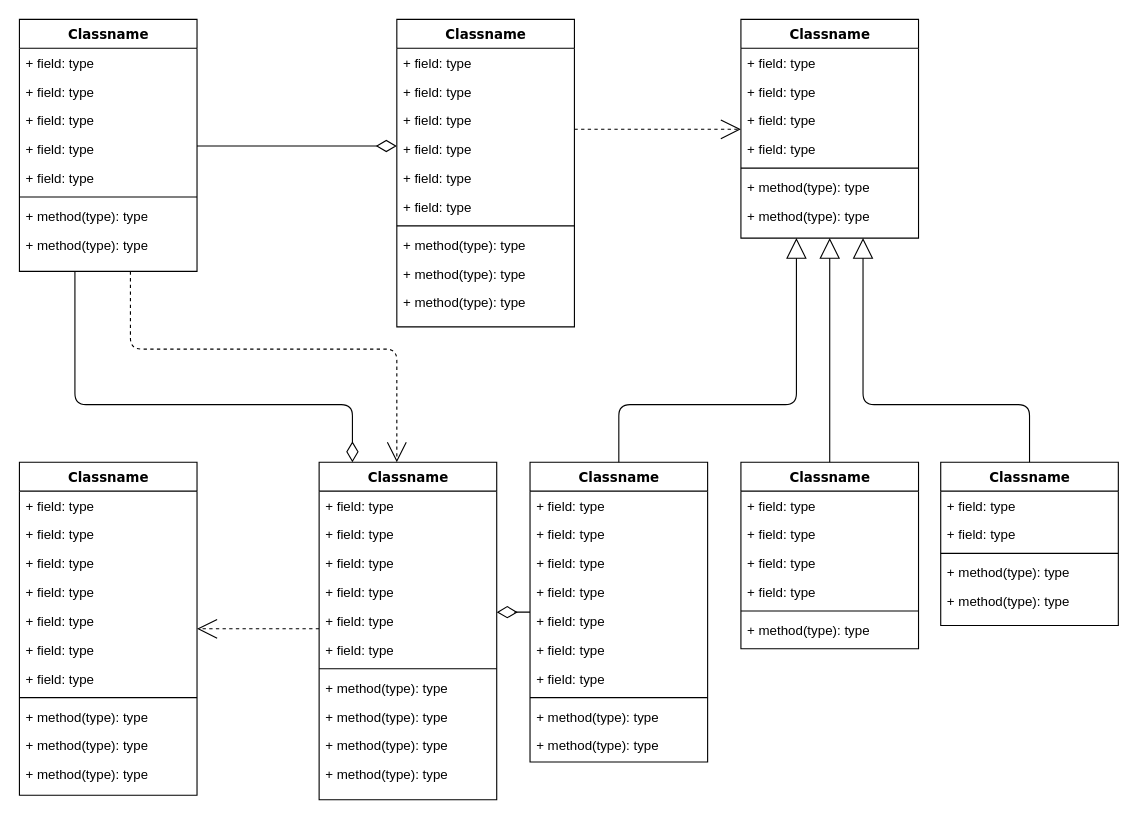
This is Diagrama sin título.drawio from FelipeHurtado/BPMN_EXPERIMIENTO, a draw.io file, before an edit. Source tidied: cells renumbered, new cells numbered last; positions are measured from the earlier drawing's top-left corner, leaving out a move shared by most shapes. Both pictures are drawn from the tidied source at 111%, with x=0, y=0 at pixel (19, 19).
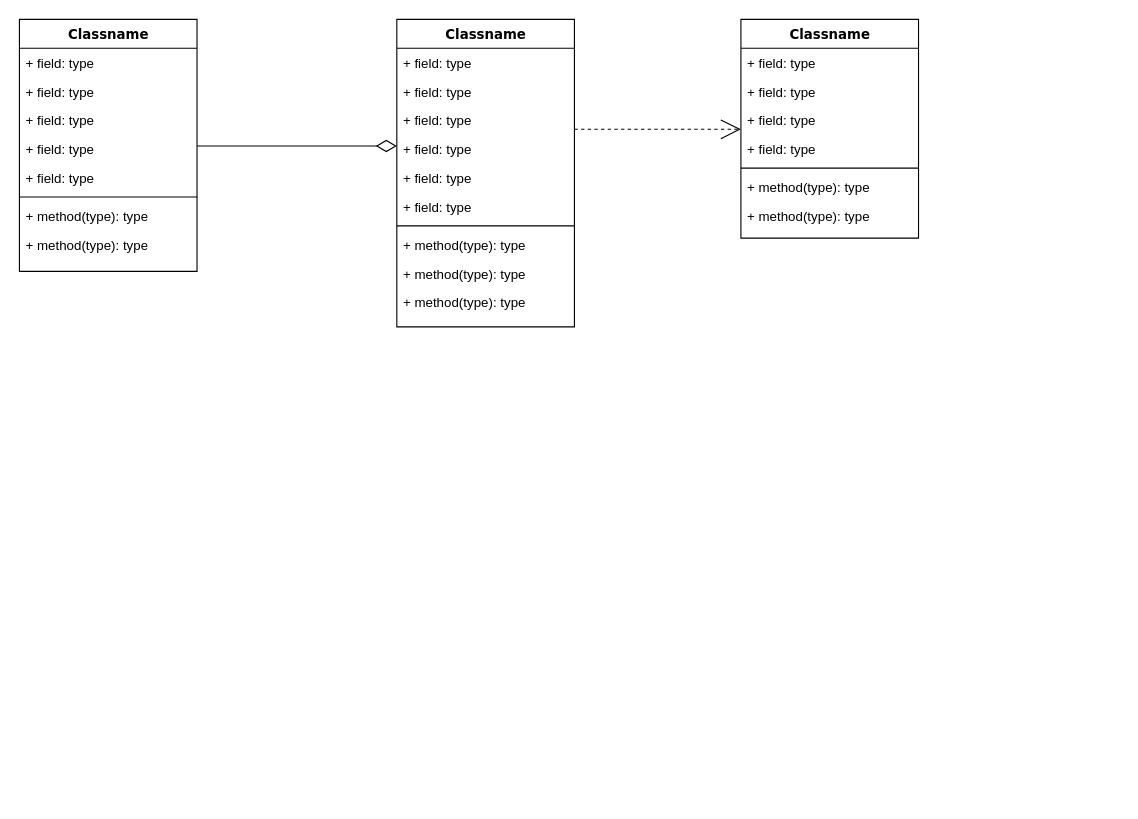
The same page after the edit.

Unchanged cells that the change refers to:
```xml
<mxCell id="4" value="Classname" style="swimlane;html=1;fontStyle=1;align=center;verticalAlign=top;horizontal=1;startSize=26;swimlaneFillColor=#ffffff;rounded=0;shadow=0;comic=0;labelBackgroundColor=none;strokeWidth=1;fillColor=none;fontFamily=Verdana;fontSize=12;" parent="1" vertex="1">
  <mxGeometry width="160" height="227" as="geometry" />
</mxCell>
<mxCell id="25" value="Classname" style="swimlane;html=1;fontStyle=1;align=center;verticalAlign=top;horizontal=1;startSize=26;swimlaneFillColor=#ffffff;rounded=0;shadow=0;comic=0;labelBackgroundColor=none;strokeWidth=1;fillColor=none;fontFamily=Verdana;fontSize=12;" parent="1" vertex="1">
  <mxGeometry x="650" width="160" height="197" as="geometry" />
</mxCell>
```

The edit, as a diff of the source:
```diff
@@
-    <mxCell id="2" style="edgeStyle=orthogonalEdgeStyle;html=1;labelBackgroundColor=none;startFill=0;startSize=8;endArrow=open;endFill=0;endSize=16;fontFamily=Verdana;fontSize=12;dashed=1;" parent="1" edge="1" source="4" target="47">
-      <mxGeometry relative="1" as="geometry">
-        <Array as="points">
-          <mxPoint x="100" y="297" />
-          <mxPoint x="340" y="297" />
-        </Array>
-      </mxGeometry>
-    </mxCell>
-    <mxCell id="3" style="edgeStyle=orthogonalEdgeStyle;html=1;labelBackgroundColor=none;startFill=0;startSize=8;endArrow=diamondThin;endFill=0;endSize=16;fontFamily=Verdana;fontSize=12;" parent="1" edge="1" source="4" target="47">
-      <mxGeometry relative="1" as="geometry">
-        <Array as="points">
-          <mxPoint x="50" y="347" />
-          <mxPoint x="300" y="347" />
-        </Array>
-      </mxGeometry>
-    </mxCell>
@@
-    <mxCell id="33" style="edgeStyle=elbowEdgeStyle;html=1;labelBackgroundColor=none;startFill=0;startSize=8;endArrow=open;endFill=0;endSize=16;fontFamily=Verdana;fontSize=12;elbow=vertical;dashed=1;" parent="1" edge="1" source="47" target="34">
-      <mxGeometry relative="1" as="geometry" />
-    </mxCell>
-    <mxCell id="34" value="Classname" style="swimlane;html=1;fontStyle=1;align=center;verticalAlign=top;horizontal=1;startSize=26;swimlaneFillColor=#ffffff;rounded=0;shadow=0;comic=0;labelBackgroundColor=none;strokeWidth=1;fillColor=none;fontFamily=Verdana;fontSize=12;" parent="1" vertex="1">
-      <mxGeometry y="399" width="160" height="300" as="geometry" />
-    </mxCell>
-    <mxCell id="35" value="+ field: type" style="text;html=1;strokeColor=none;fillColor=none;align=left;verticalAlign=top;spacingLeft=4;spacingRight=4;whiteSpace=wrap;overflow=hidden;" parent="34" vertex="1">
-      <mxGeometry y="26" width="160" height="26" as="geometry" />
-    </mxCell>
-    <mxCell id="36" value="+ field: type" style="text;html=1;strokeColor=none;fillColor=none;align=left;verticalAlign=top;spacingLeft=4;spacingRight=4;whiteSpace=wrap;overflow=hidden;" parent="34" vertex="1">
-      <mxGeometry y="52" width="160" height="26" as="geometry" />
-    </mxCell>
-    <mxCell id="37" value="+ field: type" style="text;html=1;strokeColor=none;fillColor=none;align=left;verticalAlign=top;spacingLeft=4;spacingRight=4;whiteSpace=wrap;overflow=hidden;" parent="34" vertex="1">
-      <mxGeometry y="78" width="160" height="26" as="geometry" />
-    </mxCell>
-    <mxCell id="38" value="+ field: type" style="text;html=1;strokeColor=none;fillColor=none;align=left;verticalAlign=top;spacingLeft=4;spacingRight=4;whiteSpace=wrap;overflow=hidden;" parent="34" vertex="1">
-      <mxGeometry y="104" width="160" height="26" as="geometry" />
-    </mxCell>
-    <mxCell id="39" value="+ field: type" style="text;html=1;strokeColor=none;fillColor=none;align=left;verticalAlign=top;spacingLeft=4;spacingRight=4;whiteSpace=wrap;overflow=hidden;" parent="34" vertex="1">
-      <mxGeometry y="130" width="160" height="26" as="geometry" />
-    </mxCell>
-    <mxCell id="40" value="+ field: type" style="text;html=1;strokeColor=none;fillColor=none;align=left;verticalAlign=top;spacingLeft=4;spacingRight=4;whiteSpace=wrap;overflow=hidden;" parent="34" vertex="1">
-      <mxGeometry y="156" width="160" height="26" as="geometry" />
-    </mxCell>
-    <mxCell id="41" value="+ field: type" style="text;html=1;strokeColor=none;fillColor=none;align=left;verticalAlign=top;spacingLeft=4;spacingRight=4;whiteSpace=wrap;overflow=hidden;" parent="34" vertex="1">
-      <mxGeometry y="182" width="160" height="26" as="geometry" />
-    </mxCell>
-    <mxCell id="42" style="line;html=1;strokeWidth=1;fillColor=none;align=left;verticalAlign=middle;spacingTop=-1;spacingLeft=3;spacingRight=3;labelPosition=right;" parent="34" vertex="1">
-      <mxGeometry y="208" width="160" height="8" as="geometry" />
-    </mxCell>
-    <mxCell id="43" value="+ method(type): type" style="text;html=1;strokeColor=none;fillColor=none;align=left;verticalAlign=top;spacingLeft=4;spacingRight=4;whiteSpace=wrap;overflow=hidden;" parent="34" vertex="1">
-      <mxGeometry y="216" width="160" height="26" as="geometry" />
-    </mxCell>
-    <mxCell id="44" value="+ method(type): type" style="text;html=1;strokeColor=none;fillColor=none;align=left;verticalAlign=top;spacingLeft=4;spacingRight=4;whiteSpace=wrap;overflow=hidden;" parent="34" vertex="1">
-      <mxGeometry y="242" width="160" height="26" as="geometry" />
-    </mxCell>
-    <mxCell id="45" value="+ method(type): type" style="text;html=1;strokeColor=none;fillColor=none;align=left;verticalAlign=top;spacingLeft=4;spacingRight=4;whiteSpace=wrap;overflow=hidden;" parent="34" vertex="1">
-      <mxGeometry y="268" width="160" height="26" as="geometry" />
-    </mxCell>
-    <mxCell id="46" style="edgeStyle=elbowEdgeStyle;html=1;labelBackgroundColor=none;startFill=0;startSize=8;endArrow=diamondThin;endFill=0;endSize=16;fontFamily=Verdana;fontSize=12;elbow=vertical;" parent="1" edge="1" source="60" target="47">
-      <mxGeometry relative="1" as="geometry" />
-    </mxCell>
-    <mxCell id="47" value="Classname" style="swimlane;html=1;fontStyle=1;align=center;verticalAlign=top;horizontal=1;startSize=26;swimlaneFillColor=#ffffff;rounded=0;shadow=0;comic=0;labelBackgroundColor=none;strokeWidth=1;fillColor=none;fontFamily=Verdana;fontSize=12;" parent="1" vertex="1">
-      <mxGeometry x="270" y="399" width="160" height="304" as="geometry" />
-    </mxCell>
-    <mxCell id="48" value="+ field: type" style="text;html=1;strokeColor=none;fillColor=none;align=left;verticalAlign=top;spacingLeft=4;spacingRight=4;whiteSpace=wrap;overflow=hidden;" parent="47" vertex="1">
-      <mxGeometry y="26" width="160" height="26" as="geometry" />
-    </mxCell>
-    <mxCell id="49" value="+ field: type" style="text;html=1;strokeColor=none;fillColor=none;align=left;verticalAlign=top;spacingLeft=4;spacingRight=4;whiteSpace=wrap;overflow=hidden;" parent="47" vertex="1">
-      <mxGeometry y="52" width="160" height="26" as="geometry" />
-    </mxCell>
-    <mxCell id="50" value="+ field: type" style="text;html=1;strokeColor=none;fillColor=none;align=left;verticalAlign=top;spacingLeft=4;spacingRight=4;whiteSpace=wrap;overflow=hidden;" parent="47" vertex="1">
-      <mxGeometry y="78" width="160" height="26" as="geometry" />
-    </mxCell>
-    <mxCell id="51" value="+ field: type" style="text;html=1;strokeColor=none;fillColor=none;align=left;verticalAlign=top;spacingLeft=4;spacingRight=4;whiteSpace=wrap;overflow=hidden;" parent="47" vertex="1">
-      <mxGeometry y="104" width="160" height="26" as="geometry" />
-    </mxCell>
-    <mxCell id="52" value="+ field: type" style="text;html=1;strokeColor=none;fillColor=none;align=left;verticalAlign=top;spacingLeft=4;spacingRight=4;whiteSpace=wrap;overflow=hidden;" parent="47" vertex="1">
-      <mxGeometry y="130" width="160" height="26" as="geometry" />
-    </mxCell>
-    <mxCell id="53" value="+ field: type" style="text;html=1;strokeColor=none;fillColor=none;align=left;verticalAlign=top;spacingLeft=4;spacingRight=4;whiteSpace=wrap;overflow=hidden;" parent="47" vertex="1">
-      <mxGeometry y="156" width="160" height="26" as="geometry" />
-    </mxCell>
-    <mxCell id="54" style="line;html=1;strokeWidth=1;fillColor=none;align=left;verticalAlign=middle;spacingTop=-1;spacingLeft=3;spacingRight=3;labelPosition=right;" parent="47" vertex="1">
-      <mxGeometry y="182" width="160" height="8" as="geometry" />
-    </mxCell>
-    <mxCell id="55" value="+ method(type): type" style="text;html=1;strokeColor=none;fillColor=none;align=left;verticalAlign=top;spacingLeft=4;spacingRight=4;whiteSpace=wrap;overflow=hidden;" parent="47" vertex="1">
-      <mxGeometry y="190" width="160" height="26" as="geometry" />
-    </mxCell>
-    <mxCell id="56" value="+ method(type): type" style="text;html=1;strokeColor=none;fillColor=none;align=left;verticalAlign=top;spacingLeft=4;spacingRight=4;whiteSpace=wrap;overflow=hidden;" parent="47" vertex="1">
-      <mxGeometry y="216" width="160" height="26" as="geometry" />
-    </mxCell>
-    <mxCell id="57" value="+ method(type): type" style="text;html=1;strokeColor=none;fillColor=none;align=left;verticalAlign=top;spacingLeft=4;spacingRight=4;whiteSpace=wrap;overflow=hidden;" parent="47" vertex="1">
-      <mxGeometry y="242" width="160" height="26" as="geometry" />
-    </mxCell>
-    <mxCell id="58" value="+ method(type): type" style="text;html=1;strokeColor=none;fillColor=none;align=left;verticalAlign=top;spacingLeft=4;spacingRight=4;whiteSpace=wrap;overflow=hidden;" parent="47" vertex="1">
-      <mxGeometry y="268" width="160" height="26" as="geometry" />
-    </mxCell>
-    <mxCell id="59" style="edgeStyle=orthogonalEdgeStyle;html=1;labelBackgroundColor=none;startFill=0;startSize=8;endArrow=block;endFill=0;endSize=16;fontFamily=Verdana;fontSize=12;" parent="1" edge="1" source="60" target="25">
-      <mxGeometry relative="1" as="geometry">
-        <Array as="points">
-          <mxPoint x="540" y="347" />
-          <mxPoint x="700" y="347" />
-        </Array>
-      </mxGeometry>
-    </mxCell>
-    <mxCell id="60" value="Classname" style="swimlane;html=1;fontStyle=1;align=center;verticalAlign=top;horizontal=1;startSize=26;swimlaneFillColor=#ffffff;rounded=0;shadow=0;comic=0;labelBackgroundColor=none;strokeWidth=1;fillColor=none;fontFamily=Verdana;fontSize=12;" parent="1" vertex="1">
-      <mxGeometry x="460" y="399" width="160" height="270" as="geometry" />
-    </mxCell>
-    <mxCell id="61" value="+ field: type" style="text;html=1;strokeColor=none;fillColor=none;align=left;verticalAlign=top;spacingLeft=4;spacingRight=4;whiteSpace=wrap;overflow=hidden;" parent="60" vertex="1">
-      <mxGeometry y="26" width="160" height="26" as="geometry" />
-    </mxCell>
-    <mxCell id="62" value="+ field: type" style="text;html=1;strokeColor=none;fillColor=none;align=left;verticalAlign=top;spacingLeft=4;spacingRight=4;whiteSpace=wrap;overflow=hidden;" parent="60" vertex="1">
-      <mxGeometry y="52" width="160" height="26" as="geometry" />
-    </mxCell>
-    <mxCell id="63" value="+ field: type" style="text;html=1;strokeColor=none;fillColor=none;align=left;verticalAlign=top;spacingLeft=4;spacingRight=4;whiteSpace=wrap;overflow=hidden;" parent="60" vertex="1">
-      <mxGeometry y="78" width="160" height="26" as="geometry" />
-    </mxCell>
-    <mxCell id="64" value="+ field: type" style="text;html=1;strokeColor=none;fillColor=none;align=left;verticalAlign=top;spacingLeft=4;spacingRight=4;whiteSpace=wrap;overflow=hidden;" parent="60" vertex="1">
-      <mxGeometry y="104" width="160" height="26" as="geometry" />
-    </mxCell>
-    <mxCell id="65" value="+ field: type" style="text;html=1;strokeColor=none;fillColor=none;align=left;verticalAlign=top;spacingLeft=4;spacingRight=4;whiteSpace=wrap;overflow=hidden;" parent="60" vertex="1">
-      <mxGeometry y="130" width="160" height="26" as="geometry" />
-    </mxCell>
-    <mxCell id="66" value="+ field: type" style="text;html=1;strokeColor=none;fillColor=none;align=left;verticalAlign=top;spacingLeft=4;spacingRight=4;whiteSpace=wrap;overflow=hidden;" parent="60" vertex="1">
-      <mxGeometry y="156" width="160" height="26" as="geometry" />
-    </mxCell>
-    <mxCell id="67" value="+ field: type" style="text;html=1;strokeColor=none;fillColor=none;align=left;verticalAlign=top;spacingLeft=4;spacingRight=4;whiteSpace=wrap;overflow=hidden;" parent="60" vertex="1">
-      <mxGeometry y="182" width="160" height="26" as="geometry" />
-    </mxCell>
-    <mxCell id="68" style="line;html=1;strokeWidth=1;fillColor=none;align=left;verticalAlign=middle;spacingTop=-1;spacingLeft=3;spacingRight=3;labelPosition=right;" parent="60" vertex="1">
-      <mxGeometry y="208" width="160" height="8" as="geometry" />
-    </mxCell>
-    <mxCell id="69" value="+ method(type): type" style="text;html=1;strokeColor=none;fillColor=none;align=left;verticalAlign=top;spacingLeft=4;spacingRight=4;whiteSpace=wrap;overflow=hidden;" parent="60" vertex="1">
-      <mxGeometry y="216" width="160" height="26" as="geometry" />
-    </mxCell>
-    <mxCell id="70" value="+ method(type): type" style="text;html=1;strokeColor=none;fillColor=none;align=left;verticalAlign=top;spacingLeft=4;spacingRight=4;whiteSpace=wrap;overflow=hidden;" parent="60" vertex="1">
-      <mxGeometry y="242" width="160" height="26" as="geometry" />
-    </mxCell>
-    <mxCell id="71" style="edgeStyle=orthogonalEdgeStyle;html=1;labelBackgroundColor=none;startFill=0;startSize=8;endArrow=block;endFill=0;endSize=16;fontFamily=Verdana;fontSize=12;" parent="1" edge="1" source="72" target="25">
-      <mxGeometry relative="1" as="geometry" />
-    </mxCell>
-    <mxCell id="72" value="Classname" style="swimlane;html=1;fontStyle=1;align=center;verticalAlign=top;horizontal=1;startSize=26;swimlaneFillColor=#ffffff;rounded=0;shadow=0;comic=0;labelBackgroundColor=none;strokeWidth=1;fillColor=none;fontFamily=Verdana;fontSize=12;" parent="1" vertex="1">
-      <mxGeometry x="650" y="399" width="160" height="168" as="geometry" />
-    </mxCell>
-    <mxCell id="73" value="+ field: type" style="text;html=1;strokeColor=none;fillColor=none;align=left;verticalAlign=top;spacingLeft=4;spacingRight=4;whiteSpace=wrap;overflow=hidden;" parent="72" vertex="1">
-      <mxGeometry y="26" width="160" height="26" as="geometry" />
-    </mxCell>
-    <mxCell id="74" value="+ field: type" style="text;html=1;strokeColor=none;fillColor=none;align=left;verticalAlign=top;spacingLeft=4;spacingRight=4;whiteSpace=wrap;overflow=hidden;" parent="72" vertex="1">
-      <mxGeometry y="52" width="160" height="26" as="geometry" />
-    </mxCell>
-    <mxCell id="75" value="+ field: type" style="text;html=1;strokeColor=none;fillColor=none;align=left;verticalAlign=top;spacingLeft=4;spacingRight=4;whiteSpace=wrap;overflow=hidden;" parent="72" vertex="1">
-      <mxGeometry y="78" width="160" height="26" as="geometry" />
-    </mxCell>
-    <mxCell id="76" value="+ field: type" style="text;html=1;strokeColor=none;fillColor=none;align=left;verticalAlign=top;spacingLeft=4;spacingRight=4;whiteSpace=wrap;overflow=hidden;" parent="72" vertex="1">
-      <mxGeometry y="104" width="160" height="26" as="geometry" />
-    </mxCell>
-    <mxCell id="77" style="line;html=1;strokeWidth=1;fillColor=none;align=left;verticalAlign=middle;spacingTop=-1;spacingLeft=3;spacingRight=3;labelPosition=right;" parent="72" vertex="1">
-      <mxGeometry y="130" width="160" height="8" as="geometry" />
-    </mxCell>
-    <mxCell id="78" value="+ method(type): type" style="text;html=1;strokeColor=none;fillColor=none;align=left;verticalAlign=top;spacingLeft=4;spacingRight=4;whiteSpace=wrap;overflow=hidden;" parent="72" vertex="1">
-      <mxGeometry y="138" width="160" height="26" as="geometry" />
-    </mxCell>
-    <mxCell id="79" style="edgeStyle=orthogonalEdgeStyle;html=1;labelBackgroundColor=none;startFill=0;startSize=8;endArrow=block;endFill=0;endSize=16;fontFamily=Verdana;fontSize=12;" parent="1" edge="1" source="80" target="25">
-      <mxGeometry relative="1" as="geometry">
-        <Array as="points">
-          <mxPoint x="910" y="347" />
-          <mxPoint x="760" y="347" />
-        </Array>
-      </mxGeometry>
-    </mxCell>
-    <mxCell id="80" value="Classname" style="swimlane;html=1;fontStyle=1;align=center;verticalAlign=top;horizontal=1;startSize=26;swimlaneFillColor=#ffffff;rounded=0;shadow=0;comic=0;labelBackgroundColor=none;strokeWidth=1;fillColor=none;fontFamily=Verdana;fontSize=12;" parent="1" vertex="1">
-      <mxGeometry x="830" y="399" width="160" height="147" as="geometry" />
-    </mxCell>
-    <mxCell id="81" value="+ field: type" style="text;html=1;strokeColor=none;fillColor=none;align=left;verticalAlign=top;spacingLeft=4;spacingRight=4;whiteSpace=wrap;overflow=hidden;" parent="80" vertex="1">
-      <mxGeometry y="26" width="160" height="26" as="geometry" />
-    </mxCell>
-    <mxCell id="82" value="+ field: type" style="text;html=1;strokeColor=none;fillColor=none;align=left;verticalAlign=top;spacingLeft=4;spacingRight=4;whiteSpace=wrap;overflow=hidden;" parent="80" vertex="1">
-      <mxGeometry y="52" width="160" height="26" as="geometry" />
-    </mxCell>
-    <mxCell id="83" style="line;html=1;strokeWidth=1;fillColor=none;align=left;verticalAlign=middle;spacingTop=-1;spacingLeft=3;spacingRight=3;labelPosition=right;" parent="80" vertex="1">
-      <mxGeometry y="78" width="160" height="8" as="geometry" />
-    </mxCell>
-    <mxCell id="84" value="+ method(type): type" style="text;html=1;strokeColor=none;fillColor=none;align=left;verticalAlign=top;spacingLeft=4;spacingRight=4;whiteSpace=wrap;overflow=hidden;" parent="80" vertex="1">
-      <mxGeometry y="86" width="160" height="26" as="geometry" />
-    </mxCell>
-    <mxCell id="85" value="+ method(type): type" style="text;html=1;strokeColor=none;fillColor=none;align=left;verticalAlign=top;spacingLeft=4;spacingRight=4;whiteSpace=wrap;overflow=hidden;" parent="80" vertex="1">
-      <mxGeometry y="112" width="160" height="26" as="geometry" />
-    </mxCell>
```
